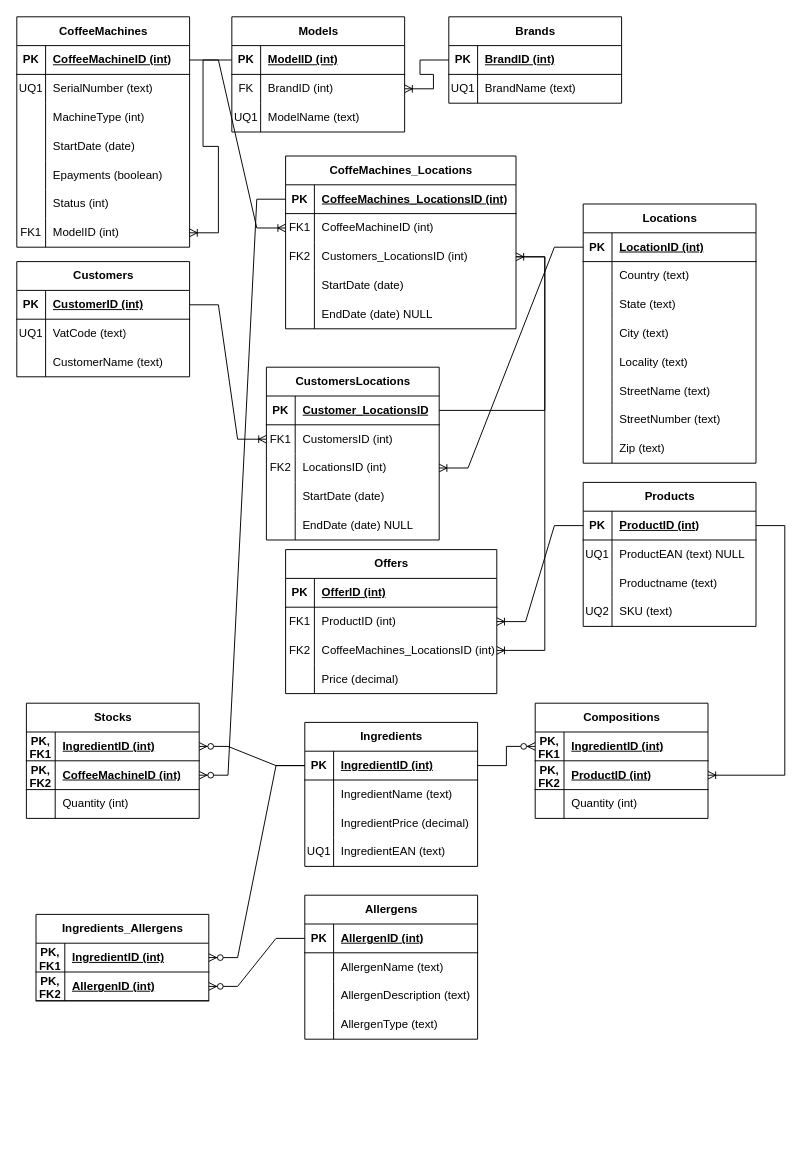
This is Diagramma senza titolo.drawio from federico-mariconti/SIAM-1838, a draw.io file, before an edit. Source tidied: cells renumbered, new cells numbered last; positions are measured from the earlier drawing's top-left corner, leaving out a move shared by most shapes. Both pictures are drawn from the tidied source at 96%, with x=0, y=0 at pixel (16, 16).
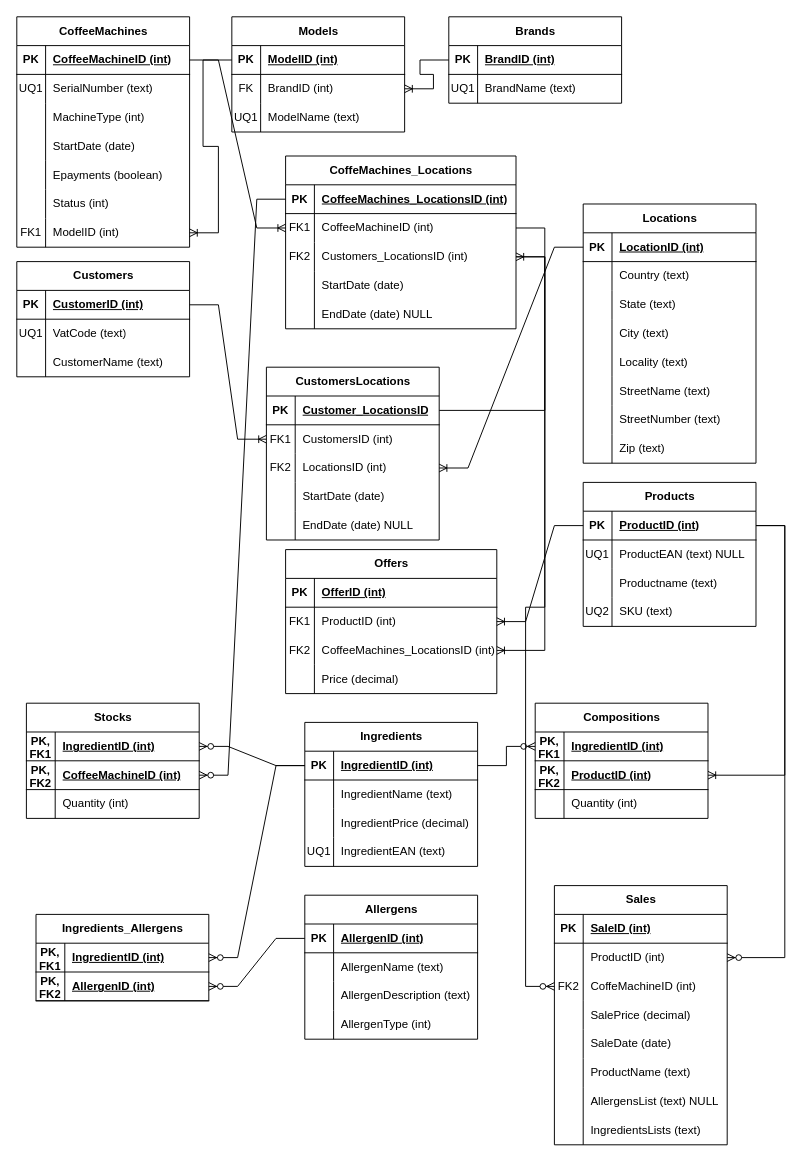
After the change.

Unchanged cells that the change refers to:
```xml
<mxCell id="100" style="shape=tableRow;horizontal=0;startSize=0;swimlaneHead=0;swimlaneBody=0;fillColor=none;points=[[0,0.5],[1,0.5]];portConstraint=eastwest;top=0;left=0;right=0;bottom=0;" parent="96" vertex="1">
  <mxGeometry y="60" width="240" height="30" as="geometry" />
</mxCell>
<mxCell id="115" style="shape=tableRow;horizontal=0;startSize=0;swimlaneHead=0;swimlaneBody=0;fillColor=none;points=[[0,0.5],[1,0.5]];portConstraint=eastwest;top=0;left=0;right=0;bottom=1;" parent="114" vertex="1">
  <mxGeometry y="30" width="180" height="30" as="geometry" />
</mxCell>
<mxCell id="189" style="shape=tableRow;horizontal=0;startSize=0;swimlaneHead=0;swimlaneBody=0;fillColor=none;top=0;left=0;right=0;bottom=0;" parent="179" vertex="1">
  <mxGeometry y="120" width="180" height="30" as="geometry" />
</mxCell>
```

What changed in the source:
```diff
@@
-    <mxCell id="191" value="AllergenType (text)" style="shape=partialRectangle;fillColor=none;top=0;left=0;bottom=0;right=0;align=left;spacingLeft=6;overflow=hidden;whiteSpace=wrap;html=1;" parent="189" vertex="1">
+    <mxCell id="191" value="AllergenType (int)" style="shape=partialRectangle;fillColor=none;top=0;left=0;bottom=0;right=0;align=left;spacingLeft=6;overflow=hidden;whiteSpace=wrap;html=1;" parent="189" vertex="1">
       <mxGeometry x="30" width="150" height="30" as="geometry" />
     </mxCell>
@@
+    <mxCell id="201" value="Sales" style="shape=table;startSize=30;childLayout=tableLayout;rowLines=0;fontStyle=1;align=center;html=1;" parent="1" vertex="1">
+      <mxGeometry x="560" y="905" width="180" height="270" as="geometry" />
+    </mxCell>
+    <mxCell id="202" style="shape=tableRow;horizontal=0;startSize=0;swimlaneHead=0;swimlaneBody=0;fillColor=none;top=0;left=0;right=0;bottom=1;" parent="201" vertex="1">
+      <mxGeometry y="30" width="180" height="30" as="geometry" />
+    </mxCell>
+    <mxCell id="203" value="PK" style="shape=partialRectangle;fillColor=none;top=0;left=0;bottom=0;right=0;fontStyle=1;overflow=hidden;whiteSpace=wrap;html=1;" parent="202" vertex="1">
+      <mxGeometry width="30" height="30" as="geometry" />
+    </mxCell>
+    <mxCell id="204" value="SaleID (int)" style="shape=partialRectangle;fillColor=none;top=0;left=0;bottom=0;right=0;align=left;spacingLeft=6;fontStyle=5;overflow=hidden;whiteSpace=wrap;html=1;" parent="202" vertex="1">
+      <mxGeometry x="30" width="150" height="30" as="geometry" />
+    </mxCell>
+    <mxCell id="205" style="shape=tableRow;horizontal=0;startSize=0;swimlaneHead=0;swimlaneBody=0;fillColor=none;points=[[0,0.5],[1,0.5]];portConstraint=eastwest;top=0;left=0;right=0;bottom=0;" parent="201" vertex="1">
+      <mxGeometry y="60" width="180" height="30" as="geometry" />
+    </mxCell>
+    <mxCell id="206" style="shape=partialRectangle;fillColor=none;top=0;left=0;bottom=0;right=0;overflow=hidden;whiteSpace=wrap;html=1;" parent="205" vertex="1">
+      <mxGeometry width="30" height="30" as="geometry" />
+    </mxCell>
+    <mxCell id="207" value="ProductID (int)" style="shape=partialRectangle;fillColor=none;top=0;left=0;bottom=0;right=0;align=left;spacingLeft=6;overflow=hidden;whiteSpace=wrap;html=1;" parent="205" vertex="1">
+      <mxGeometry x="30" width="150" height="30" as="geometry" />
+    </mxCell>
+    <mxCell id="208" style="shape=tableRow;horizontal=0;startSize=0;swimlaneHead=0;swimlaneBody=0;fillColor=none;points=[[0,0.5],[1,0.5]];portConstraint=eastwest;top=0;left=0;right=0;bottom=0;" parent="201" vertex="1">
+      <mxGeometry y="90" width="180" height="30" as="geometry" />
+    </mxCell>
+    <mxCell id="209" value="FK2" style="shape=partialRectangle;fillColor=none;top=0;left=0;bottom=0;right=0;overflow=hidden;whiteSpace=wrap;html=1;" parent="208" vertex="1">
+      <mxGeometry width="30" height="30" as="geometry" />
+    </mxCell>
+    <mxCell id="210" value="CoffeMachineID (int)" style="shape=partialRectangle;fillColor=none;top=0;left=0;bottom=0;right=0;align=left;spacingLeft=6;overflow=hidden;whiteSpace=wrap;html=1;" parent="208" vertex="1">
+      <mxGeometry x="30" width="150" height="30" as="geometry" />
+    </mxCell>
+    <mxCell id="211" style="shape=tableRow;horizontal=0;startSize=0;swimlaneHead=0;swimlaneBody=0;fillColor=none;top=0;left=0;right=0;bottom=0;" parent="201" vertex="1">
+      <mxGeometry y="120" width="180" height="30" as="geometry" />
+    </mxCell>
+    <mxCell id="212" style="shape=partialRectangle;fillColor=none;top=0;left=0;bottom=0;right=0;overflow=hidden;whiteSpace=wrap;html=1;" parent="211" vertex="1">
+      <mxGeometry width="30" height="30" as="geometry" />
+    </mxCell>
+    <mxCell id="213" value="SalePrice (decimal)" style="shape=partialRectangle;fillColor=none;top=0;left=0;bottom=0;right=0;align=left;spacingLeft=6;overflow=hidden;whiteSpace=wrap;html=1;" parent="211" vertex="1">
+      <mxGeometry x="30" width="150" height="30" as="geometry" />
+    </mxCell>
+    <mxCell id="214" style="shape=tableRow;horizontal=0;startSize=0;swimlaneHead=0;swimlaneBody=0;fillColor=none;top=0;left=0;right=0;bottom=0;" parent="201" vertex="1">
+      <mxGeometry y="150" width="180" height="30" as="geometry" />
+    </mxCell>
+    <mxCell id="215" style="shape=partialRectangle;fillColor=none;top=0;left=0;bottom=0;right=0;overflow=hidden;whiteSpace=wrap;html=1;" parent="214" vertex="1">
+      <mxGeometry width="30" height="30" as="geometry" />
+    </mxCell>
+    <mxCell id="216" value="SaleDate (date)" style="shape=partialRectangle;fillColor=none;top=0;left=0;bottom=0;right=0;align=left;spacingLeft=6;overflow=hidden;whiteSpace=wrap;html=1;" parent="214" vertex="1">
+      <mxGeometry x="30" width="150" height="30" as="geometry" />
+    </mxCell>
+    <mxCell id="217" style="shape=tableRow;horizontal=0;startSize=0;swimlaneHead=0;swimlaneBody=0;fillColor=none;top=0;left=0;right=0;bottom=0;" parent="201" vertex="1">
+      <mxGeometry y="180" width="180" height="30" as="geometry" />
+    </mxCell>
+    <mxCell id="218" style="shape=partialRectangle;fillColor=none;top=0;left=0;bottom=0;right=0;overflow=hidden;whiteSpace=wrap;html=1;" parent="217" vertex="1">
+      <mxGeometry width="30" height="30" as="geometry" />
+    </mxCell>
+    <mxCell id="219" value="ProductName (text)" style="shape=partialRectangle;fillColor=none;top=0;left=0;bottom=0;right=0;align=left;spacingLeft=6;overflow=hidden;whiteSpace=wrap;html=1;" parent="217" vertex="1">
+      <mxGeometry x="30" width="150" height="30" as="geometry" />
+    </mxCell>
+    <mxCell id="220" style="shape=tableRow;horizontal=0;startSize=0;swimlaneHead=0;swimlaneBody=0;fillColor=none;top=0;left=0;right=0;bottom=0;" parent="201" vertex="1">
+      <mxGeometry y="210" width="180" height="30" as="geometry" />
+    </mxCell>
+    <mxCell id="221" style="shape=partialRectangle;fillColor=none;top=0;left=0;bottom=0;right=0;overflow=hidden;whiteSpace=wrap;html=1;" parent="220" vertex="1">
+      <mxGeometry width="30" height="30" as="geometry" />
+    </mxCell>
+    <mxCell id="222" value="AllergensList (text) NULL" style="shape=partialRectangle;fillColor=none;top=0;left=0;bottom=0;right=0;align=left;spacingLeft=6;overflow=hidden;whiteSpace=wrap;html=1;" parent="220" vertex="1">
+      <mxGeometry x="30" width="150" height="30" as="geometry" />
+    </mxCell>
+    <mxCell id="223" style="shape=tableRow;horizontal=0;startSize=0;swimlaneHead=0;swimlaneBody=0;fillColor=none;top=0;left=0;right=0;bottom=0;" parent="201" vertex="1">
+      <mxGeometry y="240" width="180" height="30" as="geometry" />
+    </mxCell>
+    <mxCell id="224" style="shape=partialRectangle;fillColor=none;top=0;left=0;bottom=0;right=0;overflow=hidden;whiteSpace=wrap;html=1;" parent="223" vertex="1">
+      <mxGeometry width="30" height="30" as="geometry" />
+    </mxCell>
+    <mxCell id="225" value="IngredientsLists (text)" style="shape=partialRectangle;fillColor=none;top=0;left=0;bottom=0;right=0;align=left;spacingLeft=6;overflow=hidden;whiteSpace=wrap;html=1;" parent="223" vertex="1">
+      <mxGeometry x="30" width="150" height="30" as="geometry" />
+    </mxCell>
+    <mxCell id="226" style="edgeStyle=entityRelationEdgeStyle;fontSize=12;html=1;endArrow=ERzeroToMany;endFill=1;rounded=0;" parent="1" edge="1" source="100" target="208">
+      <mxGeometry relative="1" as="geometry" />
+    </mxCell>
+    <mxCell id="227" style="edgeStyle=entityRelationEdgeStyle;fontSize=12;html=1;endArrow=ERzeroToMany;endFill=1;rounded=0;" parent="1" edge="1" source="115" target="205">
+      <mxGeometry relative="1" as="geometry" />
+    </mxCell>
```
